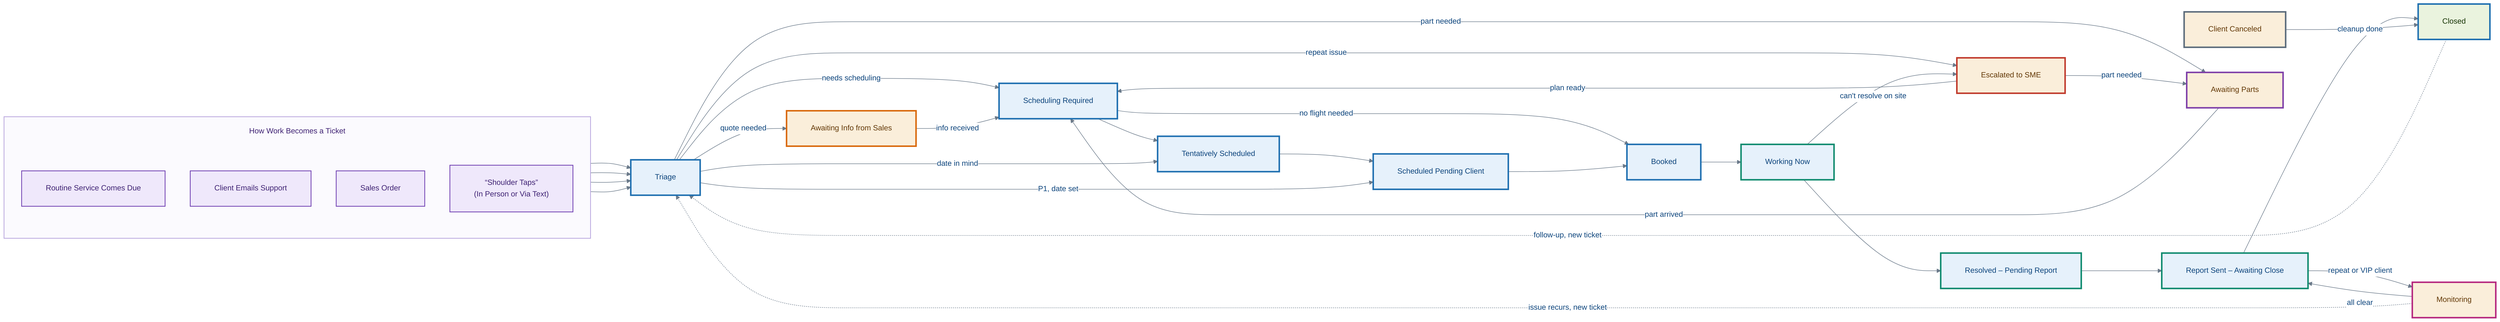
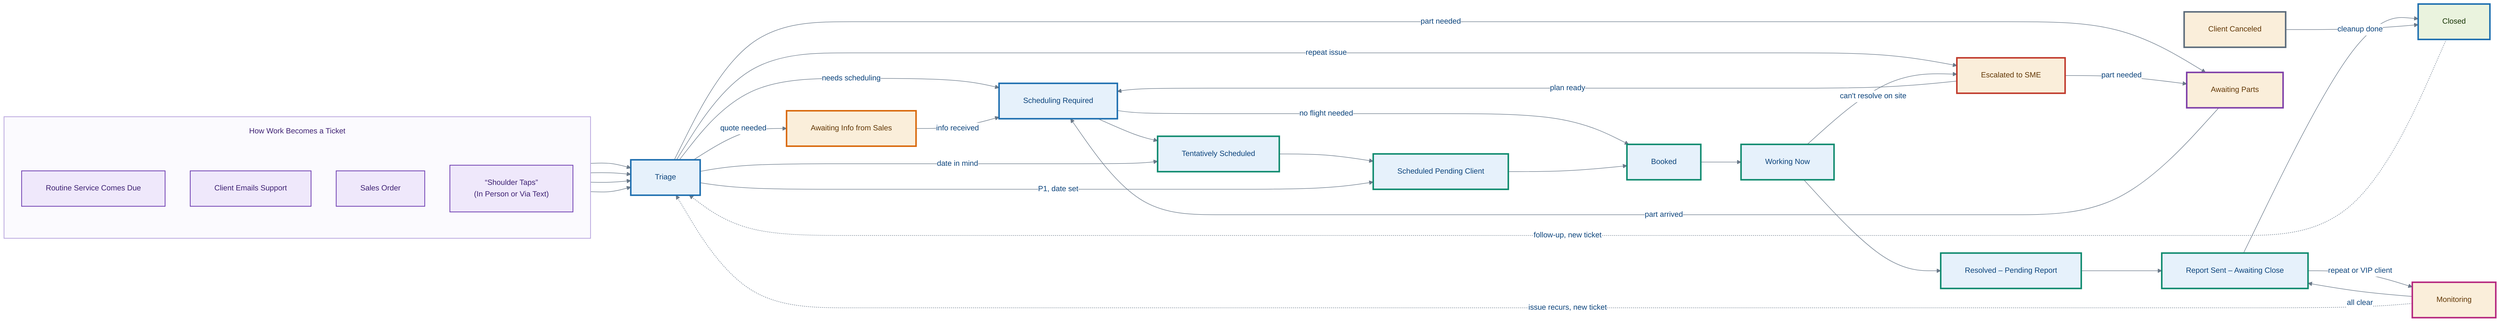
---
config:
  theme: base
  fontFamily: 'Helvetica, Arial, sans-serif'
  themeVariables:
    fontFamily: 'Helvetica, Arial, sans-serif'
    fontSize: 15px
    lineColor: '#6B7A8A'
    primaryColor: '#E6F1FB'
    primaryBorderColor: '#185FA5'
    primaryTextColor: '#0C447C'
    edgeLabelBackground: '#FFFFFF'
    titleColor: '#0C447C'
  flowchart:
    curve: basis
    htmlLabels: true
    nodeSpacing: 50
    rankSpacing: 80
    padding: 24
    useMaxWidth: false
    subGraphTitleMargin:
      top: 18
      bottom: 26
---
flowchart LR
    %% ---- Main flow ----
    Triage["Triage"]
    SchedReq["Scheduling Required"]
    Tentative["Tentatively Scheduled"]
    PendingClient["Scheduled Pending Client"]
    Booked["Booked"]
    Working["Working Now"]
    Resolved["Resolved – Pending Report"]
    ReportSent["Report Sent – Awaiting Close"]
    Closed["Closed"]

    %% ---- Exceptions / off-ramps ----
    AwaitingInfo["Awaiting Info from Sales"]
    AwaitingParts["Awaiting Parts"]
    SME["Escalated to SME"]
    Monitoring["Monitoring"]
    Canceled["Client Canceled"]

    %% ---- Intake: how work becomes a ticket ----
    subgraph Intake["How Work Becomes a Ticket"]
        direction TB
        RoutineComms["Routine Service Comes Due"]
        ClientEmail["Client Emails Support"]
        NewSale["Sales Order"]
        ShoulderTap["&ldquo;Shoulder Taps&rdquo;<br/>(In Person or Via Text)"]
    end

    RoutineComms --> Triage
    ClientEmail --> Triage
    NewSale --> Triage
    ShoulderTap --> Triage

    %% ---- Happy path ----
    Triage -->|needs scheduling| SchedReq
    SchedReq --> Tentative
    SchedReq -->|no flight needed| Booked
    Tentative --> PendingClient
    PendingClient --> Booked
    Booked --> Working
    Working --> Resolved
    Resolved --> ReportSent
    ReportSent --> Closed

    %% ---- Triage branches ----
    Triage -->|quote needed| AwaitingInfo
    Triage -->|date in mind| Tentative
    Triage -->|P1, date set| PendingClient
    Triage -->|repeat issue| SME
    Triage -->|part needed| AwaitingParts

    %% ---- Returns to the dispatcher queue ----
    AwaitingInfo -->|info received| SchedReq
    AwaitingParts -->|part arrived| SchedReq
    SME -->|plan ready| SchedReq
    SME -->|part needed| AwaitingParts

    %% ---- Field escalation ----
    Working -->|can't resolve on site| SME

    %% ---- Monitoring loop ----
    ReportSent -->|repeat or VIP client| Monitoring
    Monitoring -->|all clear| ReportSent
    Monitoring -.->|issue recurs, new ticket| Triage

    %% ---- Cancellation (can enter from any scheduled stage) ----
    Canceled -->|cleanup done| Closed

    %% ---- Follow-up ----
    Closed -.->|follow-up, new ticket| Triage

    %% ---- Styling ----
    classDef main   fill:#E6F1FB,stroke:#185FA5,color:#0C447C,stroke-width:1.5px;
    classDef exc    fill:#FAEEDA,stroke:#854F0B,color:#633806,stroke-width:1.5px;
    classDef done   fill:#EAF3DE,stroke:#3B6D11,color:#173404,stroke-width:1.5px;
    classDef intake fill:#EFE8FB,stroke:#6D3CB0,color:#3E2173,stroke-width:1.5px;

    class Triage,SchedReq,Tentative,PendingClient,Booked,Working,Resolved,ReportSent main;
    class AwaitingInfo,AwaitingParts,SME,Monitoring,Canceled exc;
    class Closed done;
    class RoutineComms,ClientEmail,NewSale,ShoulderTap intake;
    style Intake fill:#FBFAFE,stroke:#B9A6DE,stroke-width:1.5px,color:#3E2173;

    %% ---- Ownership (border color = owner; fill stays = phase) ----
    %% Strawman mapping — recolor once roles are confirmed.
    %% Dispatcher / Scheduler
    style Triage        stroke:#1E6FB0,stroke-width:3px;
    style SchedReq      stroke:#1E6FB0,stroke-width:3px;
-     style Tentative     stroke:#1E6FB0,stroke-width:3px;
-     style PendingClient stroke:#1E6FB0,stroke-width:3px;
-     style Booked        stroke:#1E6FB0,stroke-width:3px;
    style Closed        stroke:#1E6FB0,stroke-width:3px;
-     %% Field Engineer
+     %% Field Engineer (Tentatively Scheduled through Booked, then the on-site work)
+     style Tentative     stroke:#0E8A6E,stroke-width:3px;
+     style PendingClient stroke:#0E8A6E,stroke-width:3px;
+     style Booked        stroke:#0E8A6E,stroke-width:3px;
    style Working       stroke:#0E8A6E,stroke-width:3px;
    style Resolved      stroke:#0E8A6E,stroke-width:3px;
    style ReportSent    stroke:#0E8A6E,stroke-width:3px;
    %% Sales
    style AwaitingInfo  stroke:#D9690C,stroke-width:3px;
    %% SME
    style SME           stroke:#C0392B,stroke-width:3px;
    %% Procurement / Parts
    style AwaitingParts stroke:#7E3FA8,stroke-width:3px;
    %% Account Manager / Service Lead
    style Monitoring    stroke:#B5277E,stroke-width:3px;
    %% Client
    style Canceled      stroke:#5B6B7B,stroke-width:3px;
